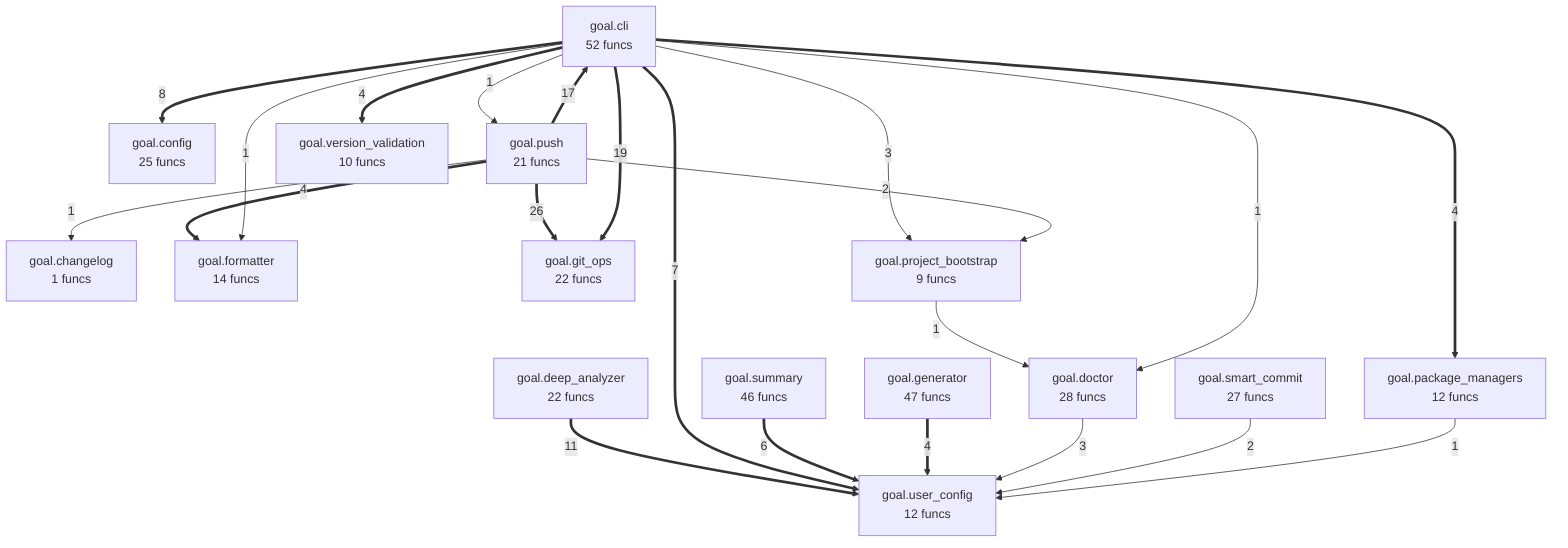
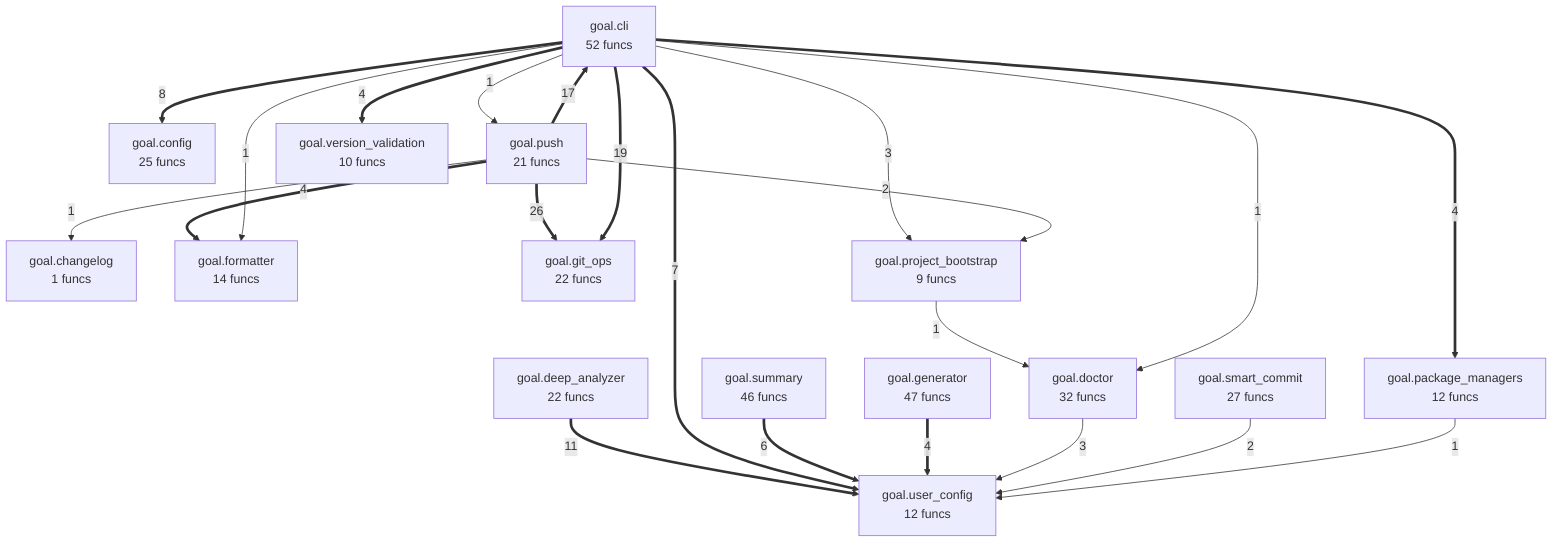
flowchart TD
    goal_changelog["goal.changelog<br/>1 funcs"]
    goal_cli["goal.cli<br/>52 funcs"]
    goal_config["goal.config<br/>25 funcs"]
    goal_deep_analyzer["goal.deep_analyzer<br/>22 funcs"]
-     goal_doctor["goal.doctor<br/>28 funcs"]
+     goal_doctor["goal.doctor<br/>32 funcs"]
    goal_formatter["goal.formatter<br/>14 funcs"]
    goal_generator["goal.generator<br/>47 funcs"]
    goal_git_ops["goal.git_ops<br/>22 funcs"]
    goal_package_managers["goal.package_managers<br/>12 funcs"]
    goal_project_bootstrap["goal.project_bootstrap<br/>9 funcs"]
    goal_push["goal.push<br/>21 funcs"]
    goal_smart_commit["goal.smart_commit<br/>27 funcs"]
    goal_summary["goal.summary<br/>46 funcs"]
    goal_user_config["goal.user_config<br/>12 funcs"]
    goal_version_validation["goal.version_validation<br/>10 funcs"]
    goal_push ==>|26| goal_git_ops
    goal_cli ==>|19| goal_git_ops
    goal_push ==>|17| goal_cli
    goal_deep_analyzer ==>|11| goal_user_config
    goal_cli ==>|8| goal_config
    goal_cli ==>|7| goal_user_config
    goal_summary ==>|6| goal_user_config
    goal_generator ==>|4| goal_user_config
    goal_push ==>|4| goal_formatter
    goal_cli ==>|4| goal_version_validation
    goal_cli ==>|4| goal_package_managers
    goal_cli -->|3| goal_project_bootstrap
    goal_doctor -->|3| goal_user_config
    goal_push -->|2| goal_project_bootstrap
    goal_smart_commit -->|2| goal_user_config
    goal_project_bootstrap -->|1| goal_doctor
    goal_cli -->|1| goal_doctor
    goal_cli -->|1| goal_formatter
    goal_cli -->|1| goal_push
    goal_package_managers -->|1| goal_user_config
    goal_push -->|1| goal_changelog
